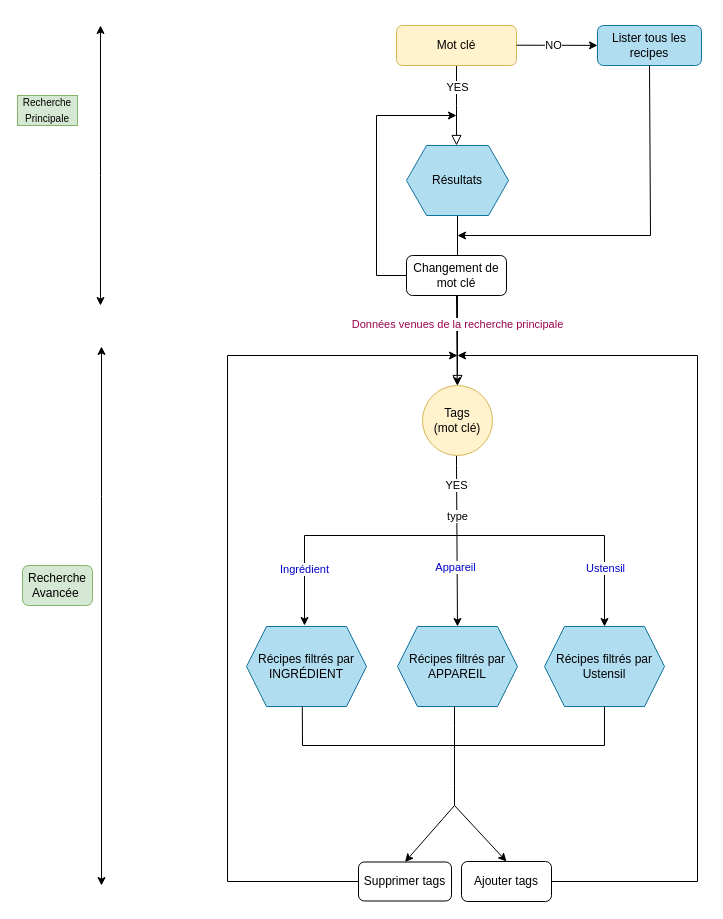
This is Untitled Diagram.drawio from nhipham1995/projet7-OC, a draw.io file, before an edit. Source tidied: cells renumbered, new cells numbered last; positions are measured from the earlier drawing's top-left corner, leaving out a move shared by most shapes. Both pictures are drawn from the tidied source at 100%, with x=0, y=0 at pixel (17, 25).
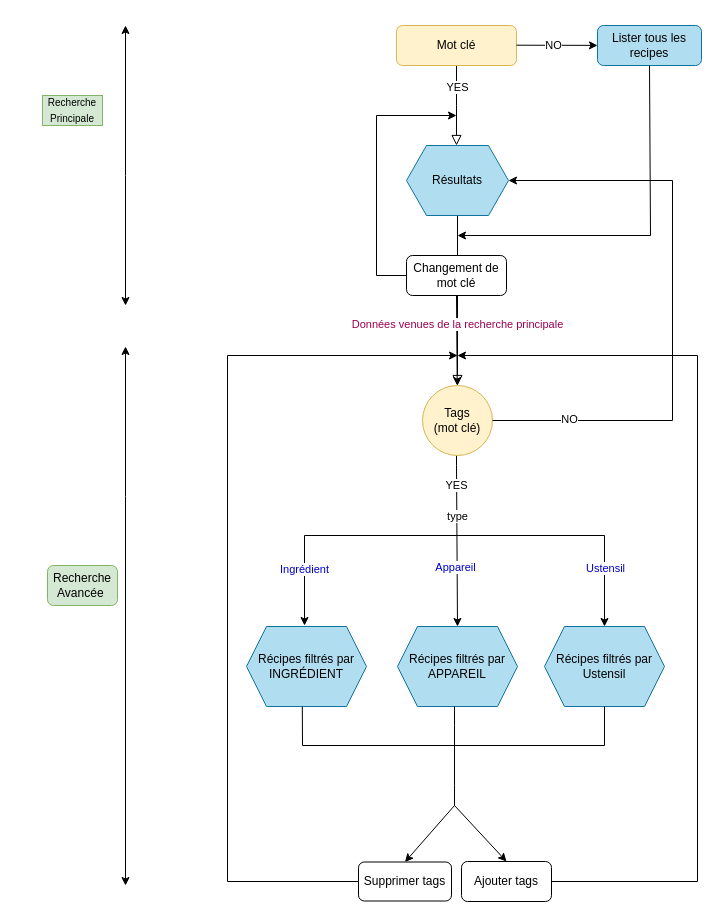
The same page after the edit.

The change refers to these unchanged cells:
```xml
<mxCell id="18" value="Tags &lt;br&gt;(mot clé)" style="ellipse;whiteSpace=wrap;html=1;fillColor=#fff2cc;strokeColor=#d6b656;" parent="1" vertex="1">
  <mxGeometry x="405" y="360" width="70" height="70" as="geometry" />
</mxCell>
<mxCell id="26" value="Résultats" style="shape=hexagon;perimeter=hexagonPerimeter2;whiteSpace=wrap;html=1;fixedSize=1;fillColor=#b1ddf0;strokeColor=#10739e;" parent="1" vertex="1">
  <mxGeometry x="389" y="120" width="102" height="70" as="geometry" />
</mxCell>
```

The edit, as a diff of the source:
```diff
@@
     <mxCell id="5" style="endArrow=classic;startArrow=classic;html=1;rounded=0;" parent="1" edge="1">
       <mxGeometry relative="1" as="geometry">
-        <mxPoint x="83" y="280" as="sourcePoint" />
-        <mxPoint x="83" as="targetPoint" />
+        <mxPoint x="108" y="280" as="sourcePoint" />
+        <mxPoint x="108" as="targetPoint" />
         <Array as="points">
-          <mxPoint x="83" y="150" />
+          <mxPoint x="108" y="150" />
         </Array>
       </mxGeometry>
     </mxCell>
     <mxCell id="6" value="&lt;p style=&quot;line-height: 130%;&quot;&gt;&lt;font style=&quot;font-size: 10px;&quot;&gt;Recherche Principale&lt;/font&gt;&lt;/p&gt;" style="text;html=1;strokeColor=#82b366;fillColor=#d5e8d4;align=center;verticalAlign=middle;whiteSpace=wrap;rounded=0;" parent="1" vertex="1">
-      <mxGeometry y="70" width="60" height="30" as="geometry" />
+      <mxGeometry x="25" y="70" width="60" height="30" as="geometry" />
     </mxCell>
@@
     <mxCell id="37" style="endArrow=classic;startArrow=classic;html=1;rounded=0;" parent="1" edge="1">
       <mxGeometry relative="1" as="geometry">
-        <mxPoint x="84" y="860" as="sourcePoint" />
-        <mxPoint x="84" y="321" as="targetPoint" />
+        <mxPoint x="108" y="860" as="sourcePoint" />
+        <mxPoint x="108" y="321" as="targetPoint" />
         <Array as="points">
-          <mxPoint x="84" y="471" />
+          <mxPoint x="108" y="471" />
         </Array>
       </mxGeometry>
     </mxCell>
     <mxCell id="38" value="Recherche Avancée&amp;nbsp;" style="rounded=1;whiteSpace=wrap;html=1;fillColor=#d5e8d4;strokeColor=#82b366;" parent="1" vertex="1">
-      <mxGeometry x="5" y="540" width="70" height="40" as="geometry" />
+      <mxGeometry x="30" y="540" width="70" height="40" as="geometry" />
     </mxCell>
+    <mxCell id="39" style="endArrow=classic;html=1;rounded=0;entryX=1;entryY=0.5;entryDx=0;entryDy=0;" parent="1" edge="1" source="18" target="26">
+      <mxGeometry relative="1" as="geometry">
+        <Array as="points">
+          <mxPoint x="655" y="395" />
+          <mxPoint x="655" y="155" />
+        </Array>
+      </mxGeometry>
+    </mxCell>
+    <mxCell id="40" value="NO" style="edgeLabel;html=1;align=center;verticalAlign=middle;" parent="39" vertex="1">
+      <mxGeometry x="-0.74" y="2" relative="1" as="geometry" />
+    </mxCell>
```
